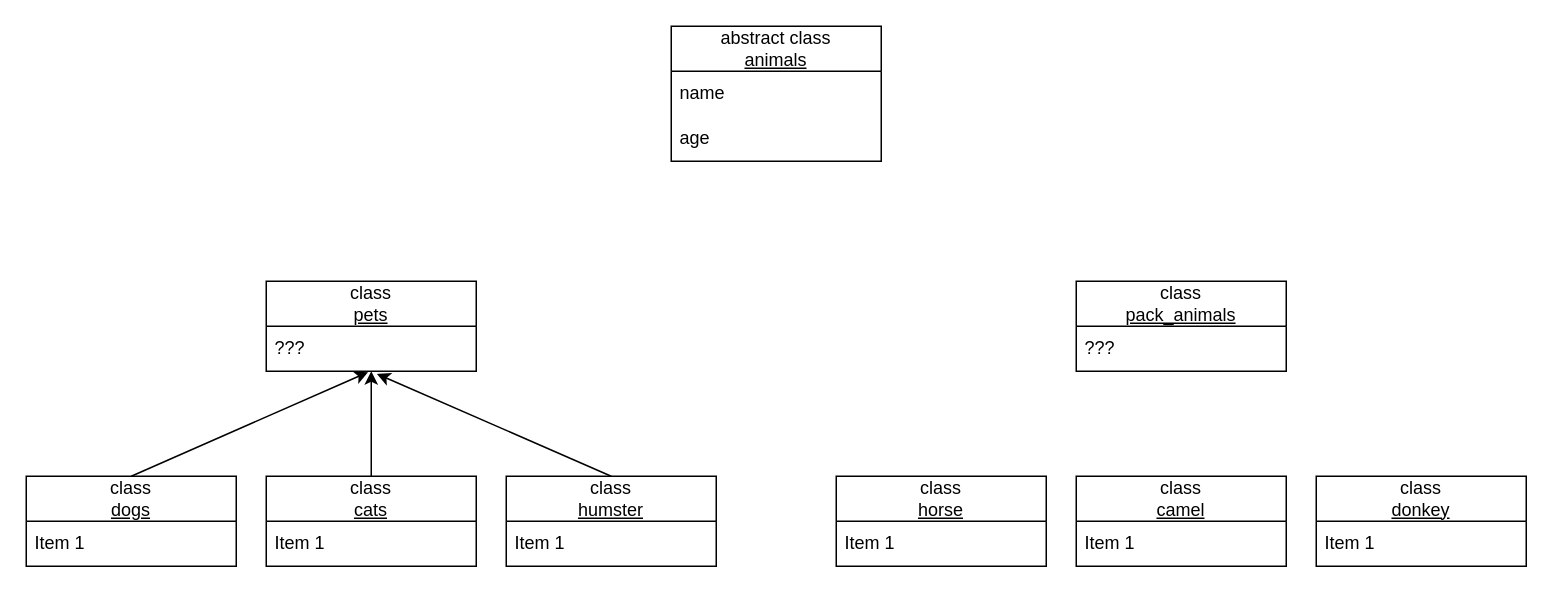
LexP1/secondBlockFinal keeps this draw.io diagram as Untitled Diagram.drawio. Above is the earlier version. Source tidied: cells renumbered, new cells numbered last; positions are measured from the earlier drawing's top-left corner, leaving out a move shared by most shapes. Both pictures are drawn from the tidied source at 150%, with x=0, y=0 at pixel (26, 26).
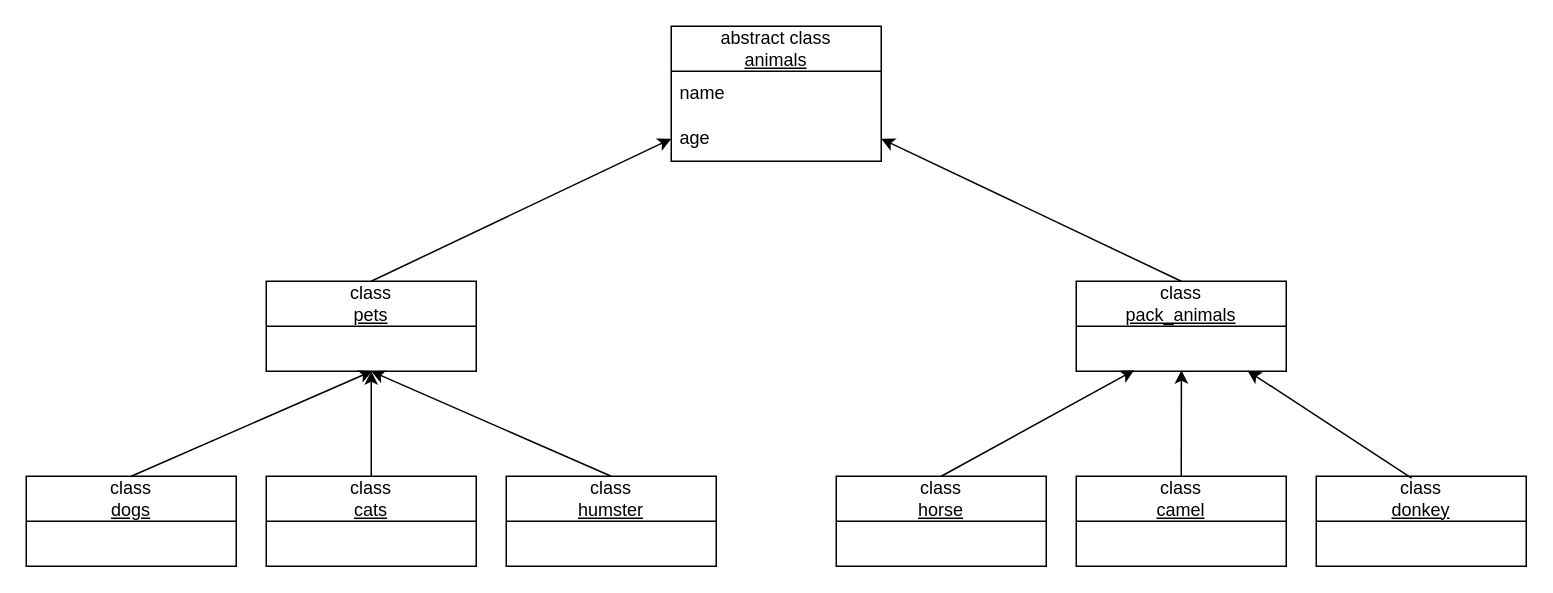
Above is the later version.

Commit message:
fill_all

The change refers to these unchanged cells:
```xml
<mxCell id="4" value="age" style="text;strokeColor=none;fillColor=none;align=left;verticalAlign=middle;spacingLeft=4;spacingRight=4;overflow=hidden;points=[[0,0.5],[1,0.5]];portConstraint=eastwest;whiteSpace=wrap;html=1;" parent="2" vertex="1">
  <mxGeometry y="60" width="140" height="30" as="geometry" />
</mxCell>
<mxCell id="5" value="class&lt;br&gt;&lt;u&gt;pets&lt;/u&gt;" style="swimlane;fontStyle=0;horizontal=1;startSize=30;whiteSpace=wrap;html=1;" parent="1" vertex="1">
  <mxGeometry x="160" y="170" width="140" height="60" as="geometry" />
</mxCell>
<mxCell id="7" value="class&lt;br&gt;&lt;u&gt;dogs&lt;/u&gt;" style="swimlane;fontStyle=0;horizontal=1;startSize=30;whiteSpace=wrap;html=1;" parent="1" vertex="1">
  <mxGeometry y="300" width="140" height="60" as="geometry" />
</mxCell>
<mxCell id="9" value="class&lt;br&gt;&lt;u&gt;cats&lt;/u&gt;" style="swimlane;fontStyle=0;horizontal=1;startSize=30;whiteSpace=wrap;html=1;" parent="1" vertex="1">
  <mxGeometry x="160" y="300" width="140" height="60" as="geometry" />
</mxCell>
<mxCell id="11" value="class&lt;br&gt;&lt;u&gt;humster&lt;/u&gt;" style="swimlane;fontStyle=0;horizontal=1;startSize=30;whiteSpace=wrap;html=1;" parent="1" vertex="1">
  <mxGeometry x="320" y="300" width="140" height="60" as="geometry" />
</mxCell>
<mxCell id="13" value="class&lt;br&gt;&lt;u&gt;pack_animals&lt;/u&gt;" style="swimlane;fontStyle=0;horizontal=1;startSize=30;whiteSpace=wrap;html=1;" parent="1" vertex="1">
  <mxGeometry x="700" y="170" width="140" height="60" as="geometry" />
</mxCell>
<mxCell id="15" value="class&lt;br&gt;&lt;u&gt;horse&lt;/u&gt;" style="swimlane;fontStyle=0;horizontal=1;startSize=30;whiteSpace=wrap;html=1;" parent="1" vertex="1">
  <mxGeometry x="540" y="300" width="140" height="60" as="geometry" />
</mxCell>
<mxCell id="17" value="class&lt;br&gt;&lt;u&gt;camel&lt;/u&gt;" style="swimlane;fontStyle=0;horizontal=1;startSize=30;whiteSpace=wrap;html=1;" parent="1" vertex="1">
  <mxGeometry x="700" y="300" width="140" height="60" as="geometry" />
</mxCell>
<mxCell id="19" value="class&lt;br&gt;&lt;u&gt;donkey&lt;/u&gt;" style="swimlane;fontStyle=0;horizontal=1;startSize=30;whiteSpace=wrap;html=1;" parent="1" vertex="1">
  <mxGeometry x="860" y="300" width="140" height="60" as="geometry" />
</mxCell>
```

Diff of the diagram source:
```diff
@@
-    <mxCell id="6" value="???" style="text;strokeColor=none;fillColor=none;align=left;verticalAlign=middle;spacingLeft=4;spacingRight=4;overflow=hidden;points=[[0,0.5],[1,0.5]];portConstraint=eastwest;whiteSpace=wrap;html=1;" parent="5" vertex="1">
-      <mxGeometry y="30" width="140" height="30" as="geometry" />
-    </mxCell>
@@
-    <mxCell id="8" value="Item 1" style="text;strokeColor=none;fillColor=none;align=left;verticalAlign=middle;spacingLeft=4;spacingRight=4;overflow=hidden;whiteSpace=wrap;html=1;" parent="7" vertex="1">
-      <mxGeometry y="30" width="140" height="30" as="geometry" />
-    </mxCell>
@@
-    <mxCell id="10" value="Item 1" style="text;strokeColor=none;fillColor=none;align=left;verticalAlign=middle;spacingLeft=4;spacingRight=4;overflow=hidden;whiteSpace=wrap;html=1;" parent="9" vertex="1">
-      <mxGeometry y="30" width="140" height="30" as="geometry" />
-    </mxCell>
@@
-    <mxCell id="12" value="Item 1" style="text;strokeColor=none;fillColor=none;align=left;verticalAlign=middle;spacingLeft=4;spacingRight=4;overflow=hidden;whiteSpace=wrap;html=1;" parent="11" vertex="1">
-      <mxGeometry y="30" width="140" height="30" as="geometry" />
-    </mxCell>
@@
-    <mxCell id="14" value="???" style="text;strokeColor=none;fillColor=none;align=left;verticalAlign=middle;spacingLeft=4;spacingRight=4;overflow=hidden;whiteSpace=wrap;html=1;" parent="13" vertex="1">
-      <mxGeometry y="30" width="140" height="30" as="geometry" />
-    </mxCell>
@@
-    <mxCell id="16" value="Item 1" style="text;strokeColor=none;fillColor=none;align=left;verticalAlign=middle;spacingLeft=4;spacingRight=4;overflow=hidden;whiteSpace=wrap;html=1;" parent="15" vertex="1">
-      <mxGeometry y="30" width="140" height="30" as="geometry" />
-    </mxCell>
@@
-    <mxCell id="18" value="Item 1" style="text;strokeColor=none;fillColor=none;align=left;verticalAlign=middle;spacingLeft=4;spacingRight=4;overflow=hidden;whiteSpace=wrap;html=1;" parent="17" vertex="1">
-      <mxGeometry y="30" width="140" height="30" as="geometry" />
-    </mxCell>
@@
-    <mxCell id="20" value="Item 1" style="text;strokeColor=none;fillColor=none;align=left;verticalAlign=middle;spacingLeft=4;spacingRight=4;overflow=hidden;whiteSpace=wrap;html=1;" parent="19" vertex="1">
-      <mxGeometry y="30" width="140" height="30" as="geometry" />
-    </mxCell>
-    <mxCell id="21" style="endArrow=classic;html=1;rounded=0;entryX=0.485;entryY=1.02;entryDx=0;entryDy=0;entryPerimeter=0;exitX=0.5;exitY=0;exitDx=0;exitDy=0;" parent="1" edge="1" source="7" target="6">
-      <mxGeometry relative="1" as="geometry" />
+    <mxCell id="21" style="endArrow=classic;html=1;rounded=0;entryX=0.506;entryY=0.994;entryDx=0;entryDy=0;entryPerimeter=0;exitX=0.5;exitY=0;exitDx=0;exitDy=0;" parent="1" edge="1" source="7">
+      <mxGeometry relative="1" as="geometry">
+        <mxPoint x="230.8" y="229.8" as="targetPoint" />
+      </mxGeometry>
     </mxCell>
@@
-    <mxCell id="23" style="endArrow=classic;html=1;rounded=0;entryX=0.527;entryY=1.059;entryDx=0;entryDy=0;entryPerimeter=0;exitX=0.5;exitY=0;exitDx=0;exitDy=0;" parent="1" edge="1" source="11" target="6">
-      <mxGeometry relative="1" as="geometry" />
+    <mxCell id="23" style="endArrow=classic;html=1;rounded=0;exitX=0.5;exitY=0;exitDx=0;exitDy=0;" parent="1" edge="1" source="11">
+      <mxGeometry relative="1" as="geometry">
+        <mxPoint x="230" y="230" as="targetPoint" />
+      </mxGeometry>
     </mxCell>
+    <mxCell id="24" style="endArrow=classic;html=1;rounded=0;exitX=0.5;exitY=0;exitDx=0;exitDy=0;entryX=0.276;entryY=0.978;entryDx=0;entryDy=0;entryPerimeter=0;" parent="1" edge="1" source="15">
+      <mxGeometry relative="1" as="geometry">
+        <mxPoint x="738.6" y="229.3" as="targetPoint" />
+      </mxGeometry>
+    </mxCell>
+    <mxCell id="25" style="endArrow=classic;html=1;rounded=0;exitX=0.5;exitY=0;exitDx=0;exitDy=0;entryX=0.501;entryY=0.978;entryDx=0;entryDy=0;entryPerimeter=0;" parent="1" edge="1" source="17">
+      <mxGeometry relative="1" as="geometry">
+        <mxPoint x="770.1" y="229.3" as="targetPoint" />
+      </mxGeometry>
+    </mxCell>
+    <mxCell id="26" style="endArrow=classic;html=1;rounded=0;exitX=0.454;exitY=0.02;exitDx=0;exitDy=0;exitPerimeter=0;entryX=0.816;entryY=0.989;entryDx=0;entryDy=0;entryPerimeter=0;" parent="1" edge="1" source="19">
+      <mxGeometry relative="1" as="geometry">
+        <mxPoint x="814.2" y="229.7" as="targetPoint" />
+      </mxGeometry>
+    </mxCell>
+    <mxCell id="27" style="endArrow=classic;html=1;rounded=0;exitX=0.5;exitY=0;exitDx=0;exitDy=0;entryX=1;entryY=0.5;entryDx=0;entryDy=0;" parent="1" edge="1" source="13" target="4">
+      <mxGeometry relative="1" as="geometry" />
+    </mxCell>
+    <mxCell id="28" style="endArrow=classic;html=1;rounded=0;exitX=0.5;exitY=0;exitDx=0;exitDy=0;entryX=0;entryY=0.5;entryDx=0;entryDy=0;" parent="1" edge="1" source="5" target="4">
+      <mxGeometry relative="1" as="geometry" />
+    </mxCell>
```
